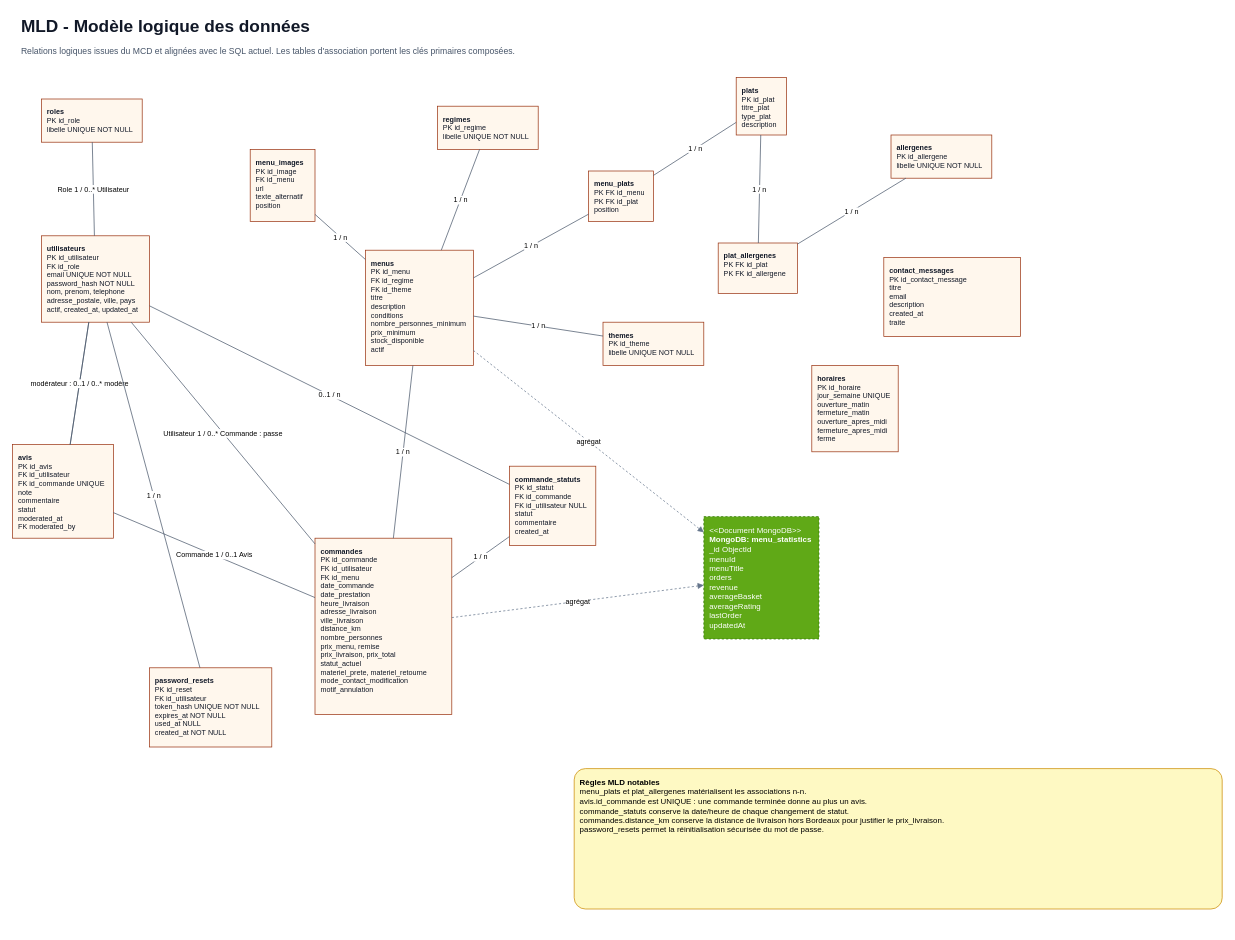
Earlier version of the draw.io diagram docs/database/MLD.drawio (elscribe/Github-vite-et-gourmand). Source tidied: cells renumbered, new cells numbered last; positions are measured from the earlier drawing's top-left corner, leaving out a move shared by most shapes. Both pictures are drawn from the tidied source at 72%, with x=0, y=0 at pixel (12, 12).
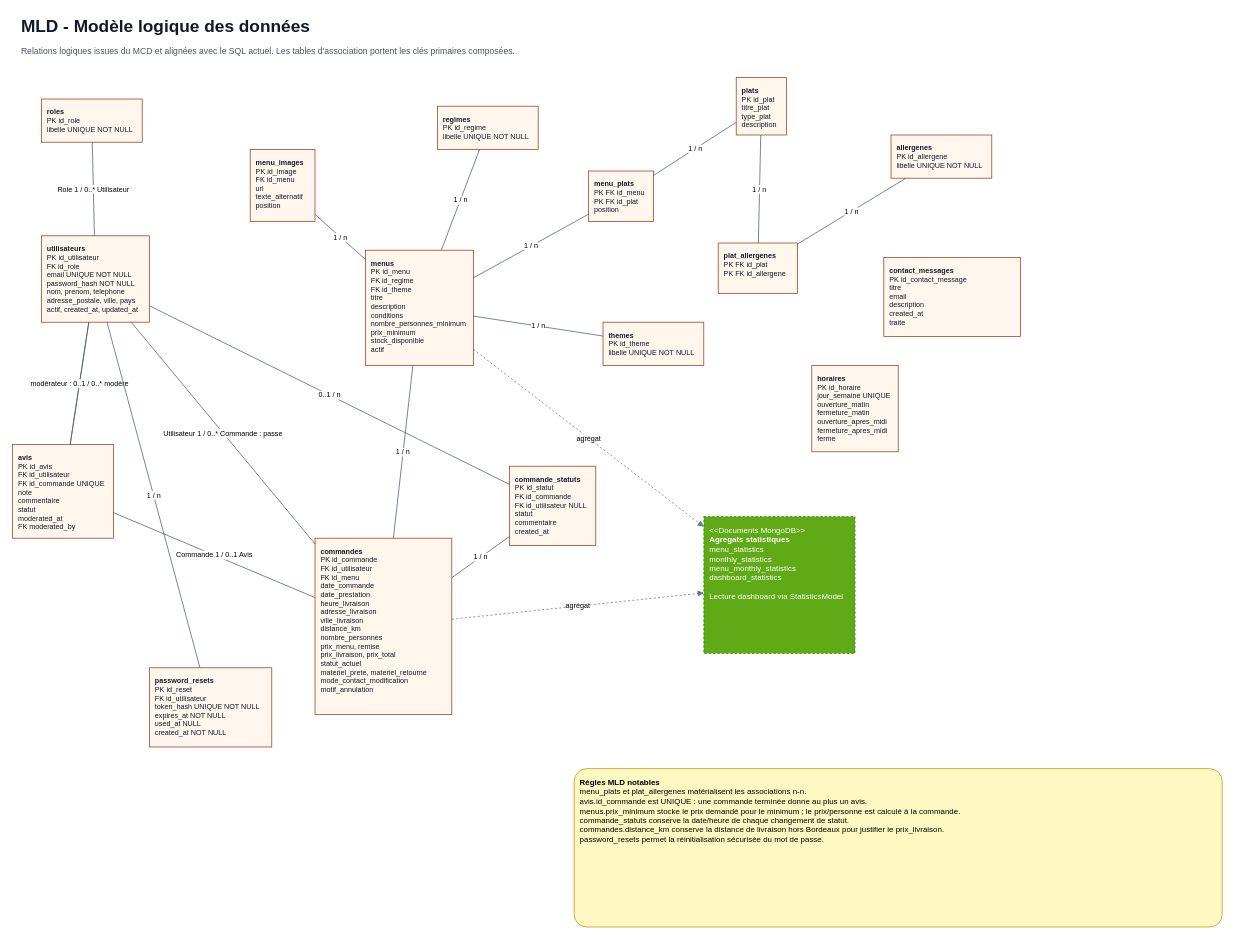
Above is the later version.

What changed in the source:
```diff
@@
-    <mxCell id="19" value="&amp;lt;&amp;lt;Document MongoDB&amp;gt;&amp;gt;&lt;br&gt;&lt;b&gt;MongoDB: menu_statistics&lt;/b&gt;&lt;br&gt;_id ObjectId&lt;br&gt;menuId&lt;br&gt;menuTitle&lt;br&gt;orders&lt;br&gt;revenue&lt;br&gt;averageBasket&lt;br&gt;averageRating&lt;br&gt;lastOrder&lt;br&gt;updatedAt" style="rounded=0;whiteSpace=wrap;html=1;dashed=1;fillColor=#60a917;strokeColor=#2D7600;fontSize=11;align=left;verticalAlign=top;spacing=8;fontColor=#ffffff;" parent="1" vertex="1">
-      <mxGeometry x="960" y="700" width="160" height="170" as="geometry" />
+    <mxCell id="19" value="&amp;lt;&amp;lt;Documents MongoDB&amp;gt;&amp;gt;&lt;br&gt;&lt;b&gt;Agregats statistiques&lt;/b&gt;&lt;br&gt;menu_statistics&lt;br&gt;monthly_statistics&lt;br&gt;menu_monthly_statistics&lt;br&gt;dashboard_statistics&lt;br&gt;&lt;br&gt;Lecture dashboard via StatisticsModel" style="rounded=0;whiteSpace=wrap;html=1;dashed=1;fillColor=#60a917;strokeColor=#2D7600;fontSize=11;align=left;verticalAlign=top;spacing=8;fontColor=#ffffff;" parent="1" vertex="1">
+      <mxGeometry x="960" y="700" width="210" height="190" as="geometry" />
     </mxCell>
@@
-    <mxCell id="37" value="&lt;b&gt;Règles MLD notables&lt;/b&gt;&lt;br&gt;menu_plats et plat_allergenes matérialisent les associations n-n.&lt;br&gt;avis.id_commande est UNIQUE : une commande terminée donne au plus un avis.&lt;br&gt;commande_statuts conserve la date/heure de chaque changement de statut.&lt;br&gt;commandes.distance_km conserve la distance de livraison hors Bordeaux pour justifier le prix_livraison.&lt;br&gt;password_resets permet la réinitialisation sécurisée du mot de passe." style="rounded=1;whiteSpace=wrap;html=1;fillColor=#fef9c3;strokeColor=#ca8a04;fontSize=11;align=left;verticalAlign=top;spacing=8;arcSize=8;" parent="1" vertex="1">
-      <mxGeometry x="780" y="1050" width="900" height="195" as="geometry" />
+    <mxCell id="37" value="&lt;b&gt;Règles MLD notables&lt;/b&gt;&lt;br&gt;menu_plats et plat_allergenes matérialisent les associations n-n.&lt;br&gt;avis.id_commande est UNIQUE : une commande terminée donne au plus un avis.&lt;br&gt;menus.prix_minimum stocke le prix demandé pour le minimum ; le prix/personne est calculé à la commande.&lt;br&gt;commande_statuts conserve la date/heure de chaque changement de statut.&lt;br&gt;commandes.distance_km conserve la distance de livraison hors Bordeaux pour justifier le prix_livraison.&lt;br&gt;password_resets permet la réinitialisation sécurisée du mot de passe." style="rounded=1;whiteSpace=wrap;html=1;fillColor=#fef9c3;strokeColor=#ca8a04;fontSize=11;align=left;verticalAlign=top;spacing=8;arcSize=8;" parent="1" vertex="1">
+      <mxGeometry x="780" y="1050" width="900" height="220" as="geometry" />
     </mxCell>
```
